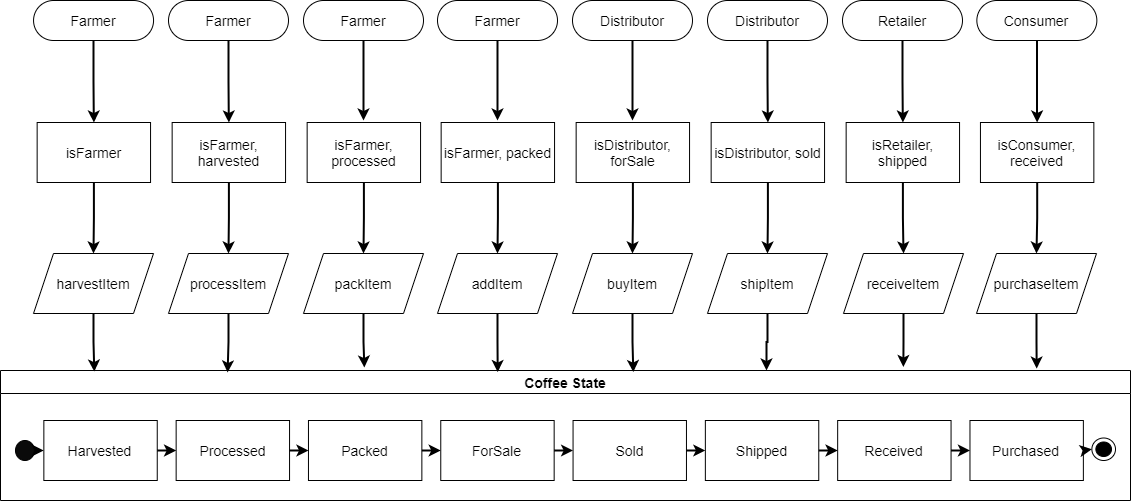
Before: uml/state.png, a diagram exported from draw.io (daviparanagua/udacity_blockchain_p3). Source tidied: cells renumbered, new cells last; positions are measured from the earlier drawing's top-left corner, leaving out a move shared by most shapes. Its diagram source:
```xml
<mxGraphModel background="#ffffff">
  <root>
    <mxCell id="0" />
    <mxCell id="1" parent="0" />
    <mxCell id="2" value="Coffee State" style="swimlane;fillColor=none;fontSize=14;" parent="1" vertex="1">
      <mxGeometry y="370" width="1130" height="130" as="geometry" />
    </mxCell>
    <mxCell id="3" style="group;" parent="2" vertex="1">
      <mxGeometry x="15" y="50" width="1100" height="60" as="geometry" />
    </mxCell>
    <mxCell id="4" value="ForSale" style="rounded=0;whiteSpace=wrap;html=1;fontSize=14;" parent="3" vertex="1">
      <mxGeometry x="425.3" width="113.4" height="60" as="geometry" />
    </mxCell>
    <mxCell id="5" value="Sold" style="rounded=0;whiteSpace=wrap;html=1;fontSize=14;" parent="3" vertex="1">
      <mxGeometry x="557.6" width="113.4" height="60" as="geometry" />
    </mxCell>
    <mxCell id="6" value="Shipped" style="rounded=0;whiteSpace=wrap;html=1;fontSize=14;" parent="3" vertex="1">
      <mxGeometry x="689.9" width="113.4" height="60" as="geometry" />
    </mxCell>
    <mxCell id="7" value="Received" style="rounded=0;whiteSpace=wrap;html=1;fontSize=14;" parent="3" vertex="1">
      <mxGeometry x="822.2" width="113.4" height="60" as="geometry" />
    </mxCell>
    <mxCell id="8" value="Purchased" style="rounded=0;whiteSpace=wrap;html=1;fontSize=14;" parent="3" vertex="1">
      <mxGeometry x="954.5" width="113.4" height="60" as="geometry" />
    </mxCell>
    <mxCell id="9" value="Packed" style="rounded=0;whiteSpace=wrap;html=1;fontSize=14;" parent="3" vertex="1">
      <mxGeometry x="293" width="113.4" height="60" as="geometry" />
    </mxCell>
    <mxCell id="10" value="Processed" style="rounded=0;whiteSpace=wrap;html=1;fontSize=14;" parent="3" vertex="1">
      <mxGeometry x="160.7" width="113.4" height="60" as="geometry" />
    </mxCell>
    <mxCell id="11" value="Harvested" style="rounded=0;whiteSpace=wrap;html=1;fontSize=14;" parent="3" vertex="1">
      <mxGeometry x="28.4" width="113.4" height="60" as="geometry" />
    </mxCell>
    <mxCell id="12" style="endArrow=classic;html=1;strokeWidth=2;fontSize=14;exitX=1;exitY=0.5;exitDx=0;exitDy=0;entryX=0;entryY=0.5;entryDx=0;entryDy=0;" parent="3" edge="1" source="11" target="10">
      <mxGeometry relative="1" as="geometry" />
    </mxCell>
    <mxCell id="13" style="endArrow=classic;html=1;strokeWidth=2;fontSize=14;entryX=0;entryY=0.5;entryDx=0;entryDy=0;" parent="3" edge="1" target="9">
      <mxGeometry relative="1" as="geometry">
        <mxPoint x="274.1" y="30" as="sourcePoint" />
      </mxGeometry>
    </mxCell>
    <mxCell id="14" style="endArrow=classic;html=1;strokeWidth=2;fontSize=14;exitX=1;exitY=0.5;exitDx=0;exitDy=0;entryX=0;entryY=0.5;entryDx=0;entryDy=0;" parent="3" edge="1" source="7" target="8">
      <mxGeometry relative="1" as="geometry" />
    </mxCell>
    <mxCell id="15" style="endArrow=classic;html=1;strokeWidth=2;fontSize=14;exitX=1;exitY=0.5;exitDx=0;exitDy=0;entryX=0;entryY=0.5;entryDx=0;entryDy=0;" parent="3" edge="1" source="6" target="7">
      <mxGeometry relative="1" as="geometry" />
    </mxCell>
    <mxCell id="16" style="endArrow=classic;html=1;strokeWidth=2;fontSize=14;exitX=1;exitY=0.5;exitDx=0;exitDy=0;entryX=0;entryY=0.5;entryDx=0;entryDy=0;" parent="3" edge="1" source="5" target="6">
      <mxGeometry relative="1" as="geometry" />
    </mxCell>
    <mxCell id="17" style="endArrow=classic;html=1;strokeWidth=2;fontSize=14;exitX=1;exitY=0.5;exitDx=0;exitDy=0;entryX=0;entryY=0.5;entryDx=0;entryDy=0;" parent="3" edge="1" source="4" target="5">
      <mxGeometry relative="1" as="geometry" />
    </mxCell>
    <mxCell id="18" style="endArrow=classic;html=1;strokeWidth=2;fontSize=14;exitX=1;exitY=0.5;exitDx=0;exitDy=0;entryX=0;entryY=0.5;entryDx=0;entryDy=0;" parent="3" edge="1" source="9" target="4">
      <mxGeometry relative="1" as="geometry" />
    </mxCell>
    <mxCell id="19" style="shape=mxgraph.bpmn.shape;html=1;verticalLabelPosition=bottom;labelBackgroundColor=#ffffff;verticalAlign=top;align=center;perimeter=ellipsePerimeter;outlineConnect=0;outline=standard;symbol=general;fontSize=14;fillColor=#0A0A0A;" parent="3" vertex="1">
      <mxGeometry y="20" width="18.9" height="20" as="geometry" />
    </mxCell>
    <mxCell id="20" style="ellipse;html=1;shape=endState;fillColor=#000000;fontSize=14;" parent="3" vertex="1">
      <mxGeometry x="1076.4" y="17.5" width="23.6" height="22.5" as="geometry" />
    </mxCell>
    <mxCell id="21" style="endArrow=classic;html=1;strokeWidth=2;fontSize=14;exitX=1;exitY=0.5;exitDx=0;exitDy=0;" parent="3" edge="1" source="19">
      <mxGeometry relative="1" as="geometry">
        <mxPoint x="28.4" y="30" as="targetPoint" />
      </mxGeometry>
    </mxCell>
    <mxCell id="22" style="endArrow=classic;html=1;strokeWidth=2;fontSize=14;exitX=1;exitY=0.5;exitDx=0;exitDy=0;entryX=0;entryY=0.5;entryDx=0;entryDy=0;" parent="3" edge="1" source="8" target="20">
      <mxGeometry relative="1" as="geometry" />
    </mxCell>
    <mxCell id="23" style="group;" parent="1" vertex="1">
      <mxGeometry x="33" width="1063.3" height="40" as="geometry" />
    </mxCell>
    <mxCell id="24" value="Farmer" style="rounded=1;whiteSpace=wrap;html=1;fontSize=14;arcSize=50;fillColor=#FFFFFF;" parent="23" vertex="1">
      <mxGeometry width="120" height="40" as="geometry" />
    </mxCell>
    <mxCell id="25" value="Farmer" style="rounded=1;whiteSpace=wrap;html=1;fontSize=14;arcSize=50;fillColor=#FFFFFF;" parent="23" vertex="1">
      <mxGeometry x="134.9" width="120" height="40" as="geometry" />
    </mxCell>
    <mxCell id="26" value="Farmer" style="rounded=1;whiteSpace=wrap;html=1;fontSize=14;arcSize=50;fillColor=#FFFFFF;" parent="23" vertex="1">
      <mxGeometry x="269.9" width="120" height="40" as="geometry" />
    </mxCell>
    <mxCell id="27" value="Farmer" style="rounded=1;whiteSpace=wrap;html=1;fontSize=14;arcSize=50;fillColor=#FFFFFF;" parent="23" vertex="1">
      <mxGeometry x="403.9" width="120" height="40" as="geometry" />
    </mxCell>
    <mxCell id="28" value="Distributor" style="rounded=1;whiteSpace=wrap;html=1;fontSize=14;arcSize=50;fillColor=#FFFFFF;" parent="23" vertex="1">
      <mxGeometry x="539" width="120" height="40" as="geometry" />
    </mxCell>
    <mxCell id="29" value="Distributor" style="rounded=1;whiteSpace=wrap;html=1;fontSize=14;arcSize=50;fillColor=#FFFFFF;" parent="23" vertex="1">
      <mxGeometry x="674" width="120" height="40" as="geometry" />
    </mxCell>
    <mxCell id="30" value="Retailer" style="rounded=1;whiteSpace=wrap;html=1;fontSize=14;arcSize=50;fillColor=#FFFFFF;" parent="23" vertex="1">
      <mxGeometry x="809" width="120" height="40" as="geometry" />
    </mxCell>
    <mxCell id="31" value="Consumer" style="rounded=1;whiteSpace=wrap;html=1;fontSize=14;arcSize=50;fillColor=#FFFFFF;" parent="23" vertex="1">
      <mxGeometry x="943.3" width="120" height="40" as="geometry" />
    </mxCell>
    <mxCell id="32" style="group;" parent="1" vertex="1">
      <mxGeometry x="36.7" y="122" width="1056.7" height="60" as="geometry" />
    </mxCell>
    <mxCell id="33" value="isFarmer" style="rounded=0;whiteSpace=wrap;html=1;fontSize=14;" parent="32" vertex="1">
      <mxGeometry width="113.4" height="60" as="geometry" />
    </mxCell>
    <mxCell id="34" value="isFarmer, harvested" style="rounded=0;whiteSpace=wrap;html=1;fontSize=14;" parent="32" vertex="1">
      <mxGeometry x="135" width="113.4" height="60" as="geometry" />
    </mxCell>
    <mxCell id="35" value="isFarmer, processed" style="rounded=0;whiteSpace=wrap;html=1;fontSize=14;" parent="32" vertex="1">
      <mxGeometry x="270" width="113.4" height="60" as="geometry" />
    </mxCell>
    <mxCell id="36" value="isFarmer, packed" style="rounded=0;whiteSpace=wrap;html=1;fontSize=14;" parent="32" vertex="1">
      <mxGeometry x="404" width="113.4" height="60" as="geometry" />
    </mxCell>
    <mxCell id="37" value="isDistributor, forSale" style="rounded=0;whiteSpace=wrap;html=1;fontSize=14;" parent="32" vertex="1">
      <mxGeometry x="539" width="113.4" height="60" as="geometry" />
    </mxCell>
    <mxCell id="38" value="isDistributor, sold" style="rounded=0;whiteSpace=wrap;html=1;fontSize=14;" parent="32" vertex="1">
      <mxGeometry x="674" width="113.4" height="60" as="geometry" />
    </mxCell>
    <mxCell id="39" value="isRetailer, shipped" style="rounded=0;whiteSpace=wrap;html=1;fontSize=14;" parent="32" vertex="1">
      <mxGeometry x="809" width="113.4" height="60" as="geometry" />
    </mxCell>
    <mxCell id="40" value="isConsumer, received" style="rounded=0;whiteSpace=wrap;html=1;fontSize=14;" parent="32" vertex="1">
      <mxGeometry x="943.3" width="113.4" height="60" as="geometry" />
    </mxCell>
    <mxCell id="41" style="group;" parent="1" vertex="1">
      <mxGeometry x="40" y="253" width="1050" height="60" as="geometry" />
    </mxCell>
    <mxCell id="42" value="harvestItem" style="shape=parallelogram;perimeter=parallelogramPerimeter;whiteSpace=wrap;html=1;fixedSize=1;strokeColor=#000000;fillColor=none;fontSize=14;" parent="41" vertex="1">
      <mxGeometry x="-7" width="120" height="60" as="geometry" />
    </mxCell>
    <mxCell id="43" value="processItem" style="shape=parallelogram;perimeter=parallelogramPerimeter;whiteSpace=wrap;html=1;fixedSize=1;strokeColor=#000000;fillColor=none;fontSize=14;" parent="41" vertex="1">
      <mxGeometry x="128" width="120" height="60" as="geometry" />
    </mxCell>
    <mxCell id="44" value="packItem" style="shape=parallelogram;perimeter=parallelogramPerimeter;whiteSpace=wrap;html=1;fixedSize=1;strokeColor=#000000;fillColor=none;fontSize=14;" parent="41" vertex="1">
      <mxGeometry x="263" width="120" height="60" as="geometry" />
    </mxCell>
    <mxCell id="45" value="addItem" style="shape=parallelogram;perimeter=parallelogramPerimeter;whiteSpace=wrap;html=1;fixedSize=1;strokeColor=#000000;fillColor=none;fontSize=14;" parent="41" vertex="1">
      <mxGeometry x="397" width="120" height="60" as="geometry" />
    </mxCell>
    <mxCell id="46" value="buyItem" style="shape=parallelogram;perimeter=parallelogramPerimeter;whiteSpace=wrap;html=1;fixedSize=1;strokeColor=#000000;fillColor=none;fontSize=14;" parent="41" vertex="1">
      <mxGeometry x="532" width="120" height="60" as="geometry" />
    </mxCell>
    <mxCell id="47" value="shipItem" style="shape=parallelogram;perimeter=parallelogramPerimeter;whiteSpace=wrap;html=1;fixedSize=1;strokeColor=#000000;fillColor=none;fontSize=14;" parent="41" vertex="1">
      <mxGeometry x="667" width="120" height="60" as="geometry" />
    </mxCell>
    <mxCell id="48" value="receiveItem" style="shape=parallelogram;perimeter=parallelogramPerimeter;whiteSpace=wrap;html=1;fixedSize=1;strokeColor=#000000;fillColor=none;fontSize=14;" parent="41" vertex="1">
      <mxGeometry x="803" width="120" height="60" as="geometry" />
    </mxCell>
    <mxCell id="49" value="purchaseItem" style="shape=parallelogram;perimeter=parallelogramPerimeter;whiteSpace=wrap;html=1;fixedSize=1;strokeColor=#000000;fillColor=none;fontSize=14;" parent="41" vertex="1">
      <mxGeometry x="936" width="120" height="60" as="geometry" />
    </mxCell>
    <mxCell id="50" style="edgeStyle=orthogonalEdgeStyle;rounded=0;jumpSize=6;jettySize=auto;html=1;entryX=0.5;entryY=0;entryDx=0;entryDy=0;strokeWidth=2;fontSize=14;" parent="1" edge="1" source="24" target="33">
      <mxGeometry relative="1" as="geometry" />
    </mxCell>
    <mxCell id="51" style="edgeStyle=orthogonalEdgeStyle;rounded=0;jumpSize=6;jettySize=auto;html=1;entryX=0.5;entryY=0;entryDx=0;entryDy=0;strokeWidth=2;fontSize=14;" parent="1" edge="1" source="25" target="34">
      <mxGeometry relative="1" as="geometry" />
    </mxCell>
    <mxCell id="52" style="edgeStyle=orthogonalEdgeStyle;rounded=0;jumpSize=6;jettySize=auto;html=1;strokeWidth=2;fontSize=14;" parent="1" edge="1" source="26">
      <mxGeometry relative="1" as="geometry">
        <mxPoint x="363" y="120" as="targetPoint" />
      </mxGeometry>
    </mxCell>
    <mxCell id="53" style="edgeStyle=orthogonalEdgeStyle;rounded=0;jumpSize=6;jettySize=auto;html=1;strokeWidth=2;fontSize=14;" parent="1" edge="1" source="27">
      <mxGeometry relative="1" as="geometry">
        <mxPoint x="497" y="120" as="targetPoint" />
      </mxGeometry>
    </mxCell>
    <mxCell id="54" style="edgeStyle=orthogonalEdgeStyle;rounded=0;jumpSize=6;jettySize=auto;html=1;strokeWidth=2;fontSize=14;" parent="1" edge="1" source="28">
      <mxGeometry relative="1" as="geometry">
        <mxPoint x="632" y="120" as="targetPoint" />
      </mxGeometry>
    </mxCell>
    <mxCell id="55" style="edgeStyle=orthogonalEdgeStyle;rounded=0;jumpSize=6;jettySize=auto;html=1;entryX=0.5;entryY=0;entryDx=0;entryDy=0;strokeWidth=2;fontSize=14;" parent="1" edge="1" source="29" target="38">
      <mxGeometry relative="1" as="geometry" />
    </mxCell>
    <mxCell id="56" style="edgeStyle=orthogonalEdgeStyle;rounded=0;jumpSize=6;jettySize=auto;html=1;strokeWidth=2;fontSize=14;" parent="1" edge="1" source="30" target="39">
      <mxGeometry relative="1" as="geometry" />
    </mxCell>
    <mxCell id="57" style="edgeStyle=orthogonalEdgeStyle;rounded=0;jumpSize=6;jettySize=auto;html=1;entryX=0.5;entryY=0;entryDx=0;entryDy=0;strokeWidth=2;fontSize=14;" parent="1" edge="1" source="31" target="40">
      <mxGeometry relative="1" as="geometry" />
    </mxCell>
    <mxCell id="58" style="edgeStyle=orthogonalEdgeStyle;rounded=0;jumpSize=6;jettySize=auto;html=1;strokeWidth=2;fontSize=14;" parent="1" edge="1" source="33" target="42">
      <mxGeometry relative="1" as="geometry" />
    </mxCell>
    <mxCell id="59" style="edgeStyle=orthogonalEdgeStyle;rounded=0;jumpSize=6;jettySize=auto;html=1;entryX=0.5;entryY=0;entryDx=0;entryDy=0;strokeWidth=2;fontSize=14;" parent="1" edge="1" source="34" target="43">
      <mxGeometry relative="1" as="geometry" />
    </mxCell>
    <mxCell id="60" style="edgeStyle=orthogonalEdgeStyle;rounded=0;jumpSize=6;jettySize=auto;html=1;entryX=0.5;entryY=0;entryDx=0;entryDy=0;strokeWidth=2;fontSize=14;" parent="1" edge="1" source="35" target="44">
      <mxGeometry relative="1" as="geometry" />
    </mxCell>
    <mxCell id="61" style="edgeStyle=orthogonalEdgeStyle;rounded=0;jumpSize=6;jettySize=auto;html=1;entryX=0.5;entryY=0;entryDx=0;entryDy=0;strokeWidth=2;fontSize=14;" parent="1" edge="1" source="36" target="45">
      <mxGeometry relative="1" as="geometry" />
    </mxCell>
    <mxCell id="62" style="edgeStyle=orthogonalEdgeStyle;rounded=0;jumpSize=6;jettySize=auto;html=1;entryX=0.5;entryY=0;entryDx=0;entryDy=0;strokeWidth=2;fontSize=14;" parent="1" edge="1" source="37" target="46">
      <mxGeometry relative="1" as="geometry" />
    </mxCell>
    <mxCell id="63" style="edgeStyle=orthogonalEdgeStyle;rounded=0;jumpSize=6;jettySize=auto;html=1;entryX=0.5;entryY=0;entryDx=0;entryDy=0;strokeWidth=2;fontSize=14;" parent="1" edge="1" source="38" target="47">
      <mxGeometry relative="1" as="geometry" />
    </mxCell>
    <mxCell id="64" style="edgeStyle=orthogonalEdgeStyle;rounded=0;jumpSize=6;jettySize=auto;html=1;entryX=0.5;entryY=0;entryDx=0;entryDy=0;strokeWidth=2;fontSize=14;" parent="1" edge="1" source="39" target="48">
      <mxGeometry relative="1" as="geometry" />
    </mxCell>
    <mxCell id="65" style="edgeStyle=orthogonalEdgeStyle;rounded=0;jumpSize=6;jettySize=auto;html=1;entryX=0.5;entryY=0;entryDx=0;entryDy=0;strokeWidth=2;fontSize=14;" parent="1" edge="1" source="40" target="49">
      <mxGeometry relative="1" as="geometry" />
    </mxCell>
    <mxCell id="66" style="edgeStyle=orthogonalEdgeStyle;rounded=0;jumpSize=6;jettySize=auto;html=1;entryX=0.083;entryY=0.008;entryDx=0;entryDy=0;entryPerimeter=0;strokeWidth=2;fontSize=14;" parent="1" edge="1" source="42" target="2">
      <mxGeometry relative="1" as="geometry" />
    </mxCell>
    <mxCell id="67" style="edgeStyle=orthogonalEdgeStyle;rounded=0;jumpSize=6;jettySize=auto;html=1;entryX=0.201;entryY=0.015;entryDx=0;entryDy=0;entryPerimeter=0;strokeWidth=2;fontSize=14;" parent="1" edge="1" source="43" target="2">
      <mxGeometry relative="1" as="geometry" />
    </mxCell>
    <mxCell id="68" style="edgeStyle=orthogonalEdgeStyle;rounded=0;jumpSize=6;jettySize=auto;html=1;entryX=0.322;entryY=-0.023;entryDx=0;entryDy=0;entryPerimeter=0;strokeWidth=2;fontSize=14;" parent="1" edge="1" source="44" target="2">
      <mxGeometry relative="1" as="geometry" />
    </mxCell>
    <mxCell id="69" style="edgeStyle=orthogonalEdgeStyle;rounded=0;jumpSize=6;jettySize=auto;html=1;entryX=0.44;entryY=0.012;entryDx=0;entryDy=0;entryPerimeter=0;strokeWidth=2;fontSize=14;" parent="1" edge="1" source="45" target="2">
      <mxGeometry relative="1" as="geometry" />
    </mxCell>
    <mxCell id="70" style="edgeStyle=orthogonalEdgeStyle;rounded=0;jumpSize=6;jettySize=auto;html=1;entryX=0.56;entryY=0.012;entryDx=0;entryDy=0;entryPerimeter=0;strokeWidth=2;fontSize=14;" parent="1" edge="1" source="46" target="2">
      <mxGeometry relative="1" as="geometry" />
    </mxCell>
    <mxCell id="71" style="edgeStyle=orthogonalEdgeStyle;rounded=0;jumpSize=6;jettySize=auto;html=1;strokeWidth=2;fontSize=14;" parent="1" edge="1" source="47">
      <mxGeometry relative="1" as="geometry">
        <mxPoint x="766" y="370" as="targetPoint" />
      </mxGeometry>
    </mxCell>
    <mxCell id="72" style="edgeStyle=orthogonalEdgeStyle;rounded=0;jumpSize=6;jettySize=auto;html=1;entryX=0.799;entryY=-0.027;entryDx=0;entryDy=0;entryPerimeter=0;strokeWidth=2;fontSize=14;" parent="1" edge="1" source="48" target="2">
      <mxGeometry relative="1" as="geometry" />
    </mxCell>
    <mxCell id="73" style="edgeStyle=orthogonalEdgeStyle;rounded=0;jumpSize=6;jettySize=auto;html=1;entryX=0.917;entryY=-0.015;entryDx=0;entryDy=0;entryPerimeter=0;strokeWidth=2;fontSize=14;" parent="1" edge="1" source="49" target="2">
      <mxGeometry relative="1" as="geometry" />
    </mxCell>
  </root>
</mxGraphModel>
```
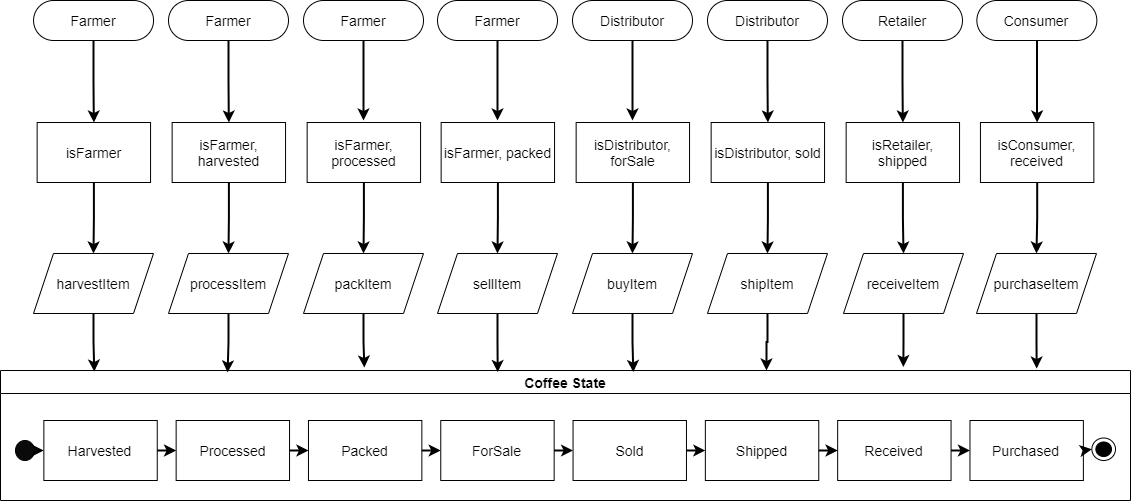
The same diagram one commit later.

Diff of the diagram source:
```diff
@@ -135,7 +135,7 @@
     <mxCell id="44" value="packItem" style="shape=parallelogram;perimeter=parallelogramPerimeter;whiteSpace=wrap;html=1;fixedSize=1;strokeColor=#000000;fillColor=none;fontSize=14;" parent="41" vertex="1">
       <mxGeometry x="263" width="120" height="60" as="geometry" />
     </mxCell>
-    <mxCell id="45" value="addItem" style="shape=parallelogram;perimeter=parallelogramPerimeter;whiteSpace=wrap;html=1;fixedSize=1;strokeColor=#000000;fillColor=none;fontSize=14;" parent="41" vertex="1">
+    <mxCell id="45" value="sellItem" style="shape=parallelogram;perimeter=parallelogramPerimeter;whiteSpace=wrap;html=1;fixedSize=1;strokeColor=#000000;fillColor=none;fontSize=14;" parent="41" vertex="1">
       <mxGeometry x="397" width="120" height="60" as="geometry" />
     </mxCell>
     <mxCell id="46" value="buyItem" style="shape=parallelogram;perimeter=parallelogramPerimeter;whiteSpace=wrap;html=1;fixedSize=1;strokeColor=#000000;fillColor=none;fontSize=14;" parent="41" vertex="1">
```
